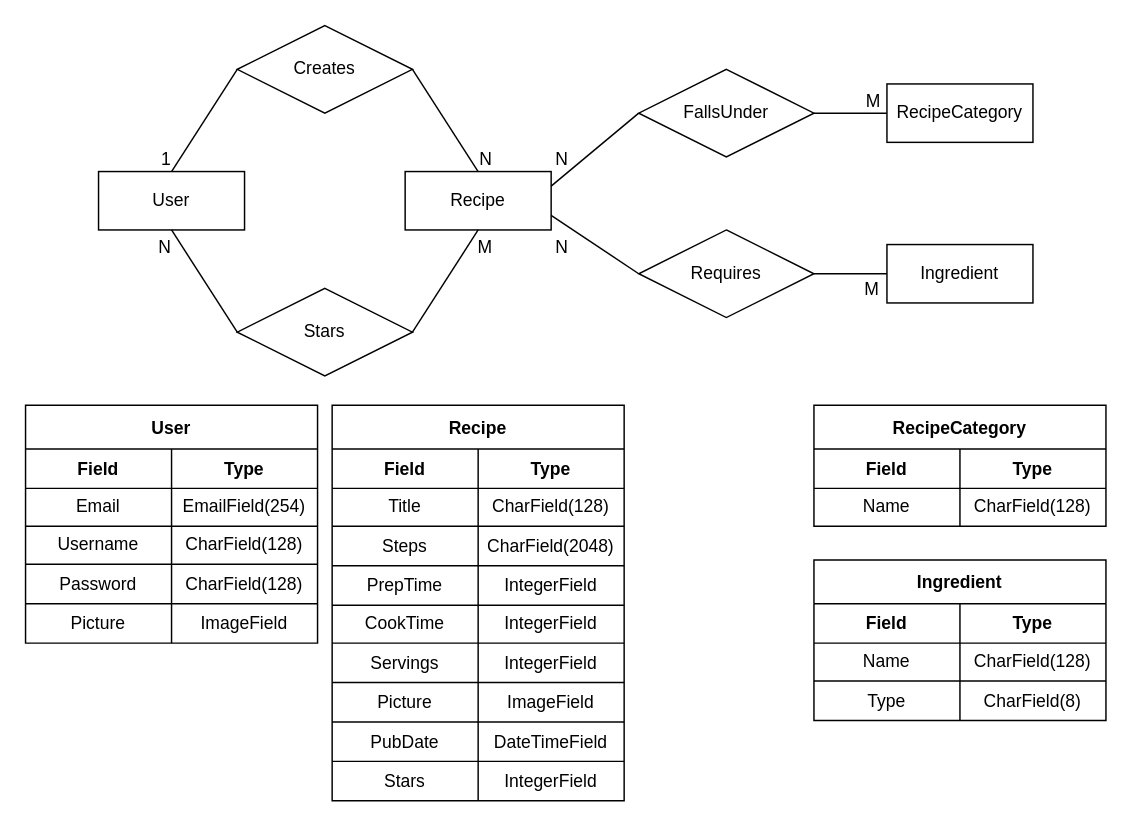
Before: Untitled Diagram.drawio in stellaevat/wad2_team1a_pantry, a draw.io diagram. Source tidied: cells renumbered, new cells numbered last; positions are measured from the earlier drawing's top-left corner, leaving out a move shared by most shapes. Both pictures are drawn from the tidied source at 146%, with x=0, y=0 at pixel (25, 25).
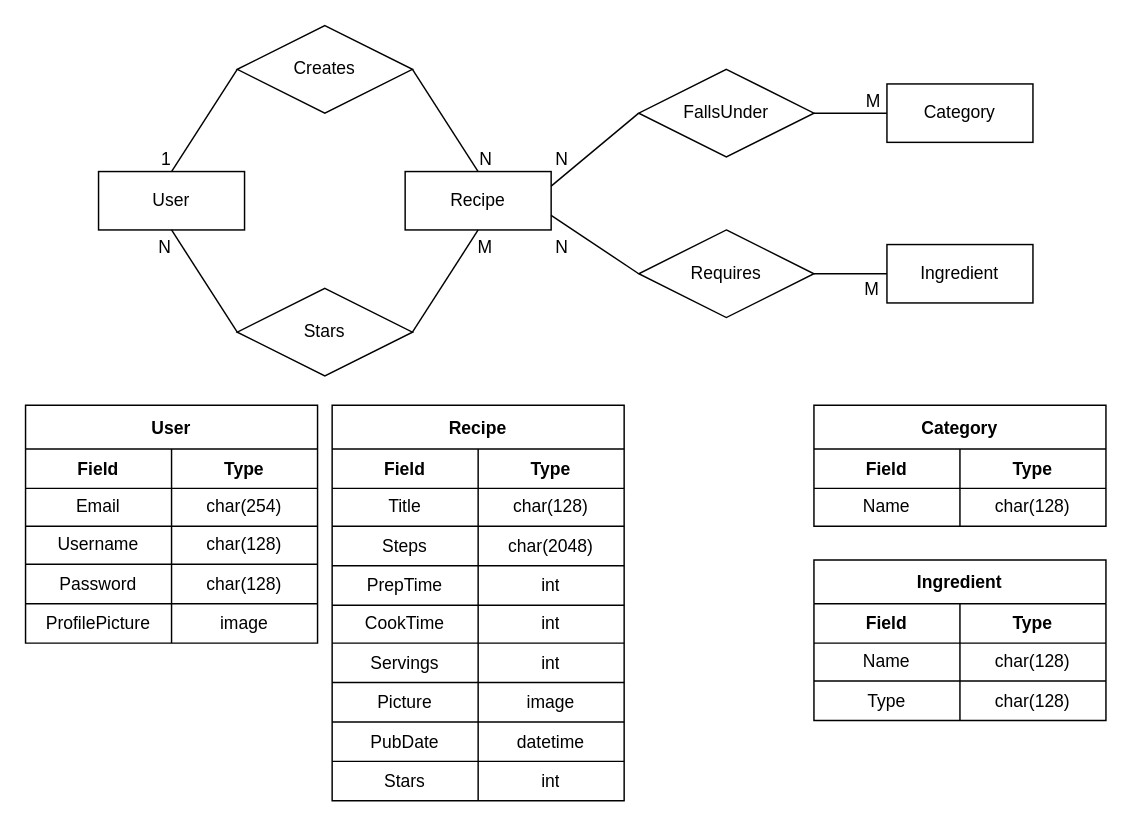
The same diagram, later.

Commit message:
ER-diagram_fourth_draft

Unchanged cells that the change refers to:
```xml
<mxCell id="24" style="shape=tableRow;horizontal=0;startSize=0;swimlaneHead=0;swimlaneBody=0;top=0;left=0;bottom=0;right=0;fillColor=none;" parent="20" vertex="1">
  <mxGeometry y="57" width="200" height="26" as="geometry" />
</mxCell>
<mxCell id="27" style="shape=tableRow;horizontal=0;startSize=0;swimlaneHead=0;swimlaneBody=0;top=0;left=0;bottom=0;right=0;fillColor=none;" parent="20" vertex="1">
  <mxGeometry y="83" width="200" height="27" as="geometry" />
</mxCell>
<mxCell id="30" style="shape=tableRow;horizontal=0;startSize=0;swimlaneHead=0;swimlaneBody=0;top=0;left=0;bottom=0;right=0;fillColor=none;" parent="20" vertex="1">
  <mxGeometry y="110" width="200" height="27" as="geometry" />
</mxCell>
<mxCell id="33" style="shape=tableRow;horizontal=0;startSize=0;swimlaneHead=0;swimlaneBody=0;top=0;left=0;bottom=0;right=0;fillColor=none;" parent="20" vertex="1">
  <mxGeometry y="137" width="200" height="26" as="geometry" />
</mxCell>
<mxCell id="36" style="shape=tableRow;horizontal=0;startSize=0;swimlaneHead=0;swimlaneBody=0;top=0;left=0;bottom=0;right=0;fillColor=none;" parent="20" vertex="1">
  <mxGeometry y="163" width="200" height="27" as="geometry" />
</mxCell>
<mxCell id="39" style="shape=tableRow;horizontal=0;startSize=0;swimlaneHead=0;swimlaneBody=0;top=0;left=0;bottom=0;right=0;fillColor=none;" parent="20" vertex="1">
  <mxGeometry y="190" width="200" height="27" as="geometry" />
</mxCell>
<mxCell id="42" style="shape=tableRow;horizontal=0;startSize=0;swimlaneHead=0;swimlaneBody=0;top=0;left=0;bottom=0;right=0;fillColor=none;" parent="20" vertex="1">
  <mxGeometry y="217" width="200" height="27" as="geometry" />
</mxCell>
<mxCell id="45" style="shape=tableRow;horizontal=0;startSize=0;swimlaneHead=0;swimlaneBody=0;top=0;left=0;bottom=0;right=0;fillColor=none;" parent="20" vertex="1">
  <mxGeometry y="244" width="200" height="27" as="geometry" />
</mxCell>
<mxCell id="52" style="shape=tableRow;horizontal=0;startSize=0;swimlaneHead=0;swimlaneBody=0;top=0;left=0;bottom=0;right=0;fillColor=none;" parent="48" vertex="1">
  <mxGeometry y="57" width="200" height="26" as="geometry" />
</mxCell>
<mxCell id="59" style="shape=tableRow;horizontal=0;startSize=0;swimlaneHead=0;swimlaneBody=0;top=0;left=0;bottom=0;right=0;fillColor=none;" parent="55" vertex="1">
  <mxGeometry y="57" width="200" height="26" as="geometry" />
</mxCell>
<mxCell id="62" style="shape=tableRow;horizontal=0;startSize=0;swimlaneHead=0;swimlaneBody=0;top=0;left=0;bottom=0;right=0;fillColor=none;" parent="55" vertex="1">
  <mxGeometry y="83" width="200" height="26" as="geometry" />
</mxCell>
<mxCell id="65" style="shape=tableRow;horizontal=0;startSize=0;swimlaneHead=0;swimlaneBody=0;top=0;left=0;bottom=0;right=0;fillColor=none;" parent="55" vertex="1">
  <mxGeometry y="109" width="200" height="27" as="geometry" />
</mxCell>
<mxCell id="68" style="shape=tableRow;horizontal=0;startSize=0;swimlaneHead=0;swimlaneBody=0;top=0;left=0;bottom=0;right=0;fillColor=none;" parent="55" vertex="1">
  <mxGeometry y="136" width="200" height="27" as="geometry" />
</mxCell>
<mxCell id="81" style="shape=tableRow;horizontal=0;startSize=0;swimlaneHead=0;swimlaneBody=0;top=0;left=0;bottom=0;right=0;fillColor=none;" parent="77" vertex="1">
  <mxGeometry y="57" width="200" height="26" as="geometry" />
</mxCell>
<mxCell id="84" style="shape=tableRow;horizontal=0;startSize=0;swimlaneHead=0;swimlaneBody=0;top=0;left=0;bottom=0;right=0;fillColor=none;" parent="77" vertex="1">
  <mxGeometry y="83" width="200" height="27" as="geometry" />
</mxCell>
```

What changed in the source:
```diff
@@
-    <mxCell id="26" value="CharField(128)" style="shape=partialRectangle;html=1;whiteSpace=wrap;overflow=hidden;fillColor=none;top=0;left=0;bottom=0;right=0;" parent="24" vertex="1">
+    <mxCell id="26" value="char(128)" style="shape=partialRectangle;html=1;whiteSpace=wrap;overflow=hidden;fillColor=none;top=0;left=0;bottom=0;right=0;" parent="24" vertex="1">
       <mxGeometry x="100" width="100" height="26" as="geometry" />
     </mxCell>
@@
-    <mxCell id="29" value="CharField(2048)" style="shape=partialRectangle;html=1;whiteSpace=wrap;overflow=hidden;fillColor=none;top=0;left=0;bottom=0;right=0;" parent="27" vertex="1">
+    <mxCell id="29" value="char(2048)" style="shape=partialRectangle;html=1;whiteSpace=wrap;overflow=hidden;fillColor=none;top=0;left=0;bottom=0;right=0;" parent="27" vertex="1">
       <mxGeometry x="100" width="100" height="27" as="geometry" />
     </mxCell>
@@
-    <mxCell id="32" value="IntegerField" style="shape=partialRectangle;html=1;whiteSpace=wrap;overflow=hidden;fillColor=none;top=0;left=0;bottom=0;right=0;" parent="30" vertex="1">
+    <mxCell id="32" value="int" style="shape=partialRectangle;html=1;whiteSpace=wrap;overflow=hidden;fillColor=none;top=0;left=0;bottom=0;right=0;" parent="30" vertex="1">
       <mxGeometry x="100" width="100" height="27" as="geometry" />
     </mxCell>
@@
-    <mxCell id="35" value="IntegerField" style="shape=partialRectangle;html=1;whiteSpace=wrap;overflow=hidden;fillColor=none;top=0;left=0;bottom=0;right=0;" parent="33" vertex="1">
+    <mxCell id="35" value="int" style="shape=partialRectangle;html=1;whiteSpace=wrap;overflow=hidden;fillColor=none;top=0;left=0;bottom=0;right=0;" parent="33" vertex="1">
       <mxGeometry x="100" width="100" height="26" as="geometry" />
     </mxCell>
@@
-    <mxCell id="38" value="IntegerField" style="shape=partialRectangle;html=1;whiteSpace=wrap;overflow=hidden;fillColor=none;top=0;left=0;bottom=0;right=0;" parent="36" vertex="1">
+    <mxCell id="38" value="int" style="shape=partialRectangle;html=1;whiteSpace=wrap;overflow=hidden;fillColor=none;top=0;left=0;bottom=0;right=0;" parent="36" vertex="1">
       <mxGeometry x="100" width="100" height="27" as="geometry" />
     </mxCell>
@@
-    <mxCell id="41" value="ImageField" style="shape=partialRectangle;html=1;whiteSpace=wrap;overflow=hidden;fillColor=none;top=0;left=0;bottom=0;right=0;" parent="39" vertex="1">
+    <mxCell id="41" value="image" style="shape=partialRectangle;html=1;whiteSpace=wrap;overflow=hidden;fillColor=none;top=0;left=0;bottom=0;right=0;" parent="39" vertex="1">
       <mxGeometry x="100" width="100" height="27" as="geometry" />
     </mxCell>
@@
-    <mxCell id="44" value="DateTimeField" style="shape=partialRectangle;html=1;whiteSpace=wrap;overflow=hidden;fillColor=none;top=0;left=0;bottom=0;right=0;" parent="42" vertex="1">
+    <mxCell id="44" value="datetime" style="shape=partialRectangle;html=1;whiteSpace=wrap;overflow=hidden;fillColor=none;top=0;left=0;bottom=0;right=0;" parent="42" vertex="1">
       <mxGeometry x="100" width="100" height="27" as="geometry" />
     </mxCell>
@@
-    <mxCell id="47" value="IntegerField" style="shape=partialRectangle;html=1;whiteSpace=wrap;overflow=hidden;fillColor=none;top=0;left=0;bottom=0;right=0;" parent="45" vertex="1">
+    <mxCell id="47" value="int" style="shape=partialRectangle;html=1;whiteSpace=wrap;overflow=hidden;fillColor=none;top=0;left=0;bottom=0;right=0;" parent="45" vertex="1">
       <mxGeometry x="100" width="100" height="27" as="geometry" />
     </mxCell>
-    <mxCell id="48" value="RecipeCategory" style="shape=table;startSize=30;childLayout=tableLayout;fontStyle=1;" parent="1" vertex="1">
+    <mxCell id="48" value="Category" style="shape=table;startSize=30;childLayout=tableLayout;fontStyle=1;" parent="1" vertex="1">
       <mxGeometry x="540" y="260" width="200" height="83" as="geometry" />
     </mxCell>
@@
-    <mxCell id="54" value="CharField(128)" style="shape=partialRectangle;html=1;whiteSpace=wrap;overflow=hidden;fillColor=none;top=0;left=0;bottom=0;right=0;" parent="52" vertex="1">
+    <mxCell id="54" value="char(128)" style="shape=partialRectangle;html=1;whiteSpace=wrap;overflow=hidden;fillColor=none;top=0;left=0;bottom=0;right=0;" parent="52" vertex="1">
       <mxGeometry x="100" width="100" height="26" as="geometry" />
     </mxCell>
@@
-    <mxCell id="61" value="EmailField(254)" style="shape=partialRectangle;html=1;whiteSpace=wrap;overflow=hidden;fillColor=none;top=0;left=0;bottom=0;right=0;" parent="59" vertex="1">
+    <mxCell id="61" value="char(254)" style="shape=partialRectangle;html=1;whiteSpace=wrap;overflow=hidden;fillColor=none;top=0;left=0;bottom=0;right=0;" parent="59" vertex="1">
       <mxGeometry x="100" width="100" height="26" as="geometry" />
     </mxCell>
@@
-    <mxCell id="64" value="CharField(128)" style="shape=partialRectangle;html=1;whiteSpace=wrap;overflow=hidden;fillColor=none;top=0;left=0;bottom=0;right=0;" parent="62" vertex="1">
+    <mxCell id="64" value="char(128)" style="shape=partialRectangle;html=1;whiteSpace=wrap;overflow=hidden;fillColor=none;top=0;left=0;bottom=0;right=0;" parent="62" vertex="1">
       <mxGeometry x="100" width="100" height="26" as="geometry" />
     </mxCell>
@@
-    <mxCell id="67" value="CharField(128)" style="shape=partialRectangle;html=1;whiteSpace=wrap;overflow=hidden;fillColor=none;top=0;left=0;bottom=0;right=0;" parent="65" vertex="1">
+    <mxCell id="67" value="char(128)" style="shape=partialRectangle;html=1;whiteSpace=wrap;overflow=hidden;fillColor=none;top=0;left=0;bottom=0;right=0;" parent="65" vertex="1">
       <mxGeometry x="100" width="100" height="27" as="geometry" />
     </mxCell>
@@
-    <mxCell id="69" value="Picture" style="shape=partialRectangle;html=1;whiteSpace=wrap;overflow=hidden;fillColor=none;top=0;left=0;bottom=0;right=0;" parent="68" vertex="1">
+    <mxCell id="69" value="ProfilePicture" style="shape=partialRectangle;html=1;whiteSpace=wrap;overflow=hidden;fillColor=none;top=0;left=0;bottom=0;right=0;" parent="68" vertex="1">
       <mxGeometry width="100" height="27" as="geometry" />
     </mxCell>
-    <mxCell id="70" value="ImageField" style="shape=partialRectangle;html=1;whiteSpace=wrap;overflow=hidden;fillColor=none;top=0;left=0;bottom=0;right=0;" parent="68" vertex="1">
+    <mxCell id="70" value="image" style="shape=partialRectangle;html=1;whiteSpace=wrap;overflow=hidden;fillColor=none;top=0;left=0;bottom=0;right=0;" parent="68" vertex="1">
       <mxGeometry x="100" width="100" height="27" as="geometry" />
     </mxCell>
-    <mxCell id="71" value="RecipeCategory" style="whiteSpace=wrap;html=1;align=center;" parent="1" vertex="1">
+    <mxCell id="71" value="Category" style="whiteSpace=wrap;html=1;align=center;" parent="1" vertex="1">
       <mxGeometry x="590" y="40" width="100" height="40" as="geometry" />
     </mxCell>
@@
-    <mxCell id="83" value="CharField(128)" style="shape=partialRectangle;html=1;whiteSpace=wrap;overflow=hidden;fillColor=none;top=0;left=0;bottom=0;right=0;" parent="81" vertex="1">
+    <mxCell id="83" value="char(128)" style="shape=partialRectangle;html=1;whiteSpace=wrap;overflow=hidden;fillColor=none;top=0;left=0;bottom=0;right=0;" parent="81" vertex="1">
       <mxGeometry x="100" width="100" height="26" as="geometry" />
     </mxCell>
@@
-    <mxCell id="86" value="CharField(8)" style="shape=partialRectangle;html=1;whiteSpace=wrap;overflow=hidden;fillColor=none;top=0;left=0;bottom=0;right=0;" parent="84" vertex="1">
+    <mxCell id="86" value="char(128)" style="shape=partialRectangle;html=1;whiteSpace=wrap;overflow=hidden;fillColor=none;top=0;left=0;bottom=0;right=0;" parent="84" vertex="1">
       <mxGeometry x="100" width="100" height="27" as="geometry" />
     </mxCell>
```
